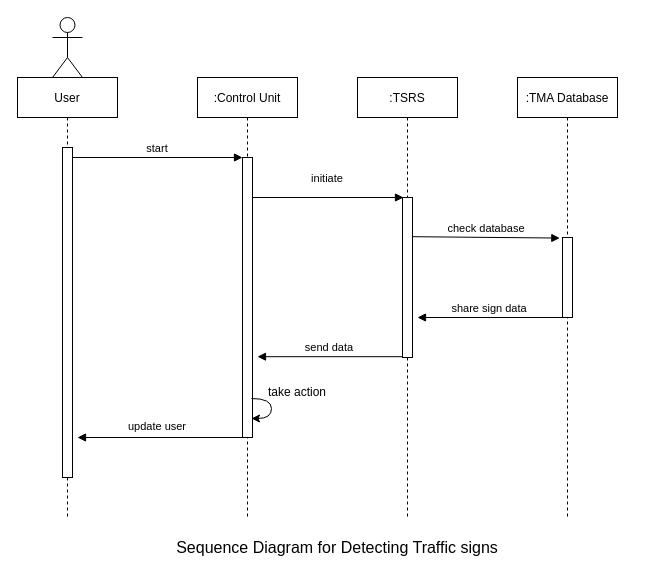
AdamsUthman/driverless_car_UML keeps this draw.io diagram as sequenceDiagram2.drawio. Above is the earlier version. Source tidied: cells renumbered, new cells numbered last; positions are measured from the earlier drawing's top-left corner, leaving out a move shared by most shapes. Both pictures are drawn from the tidied source at 100%, with x=0, y=0 at pixel (17, 17).
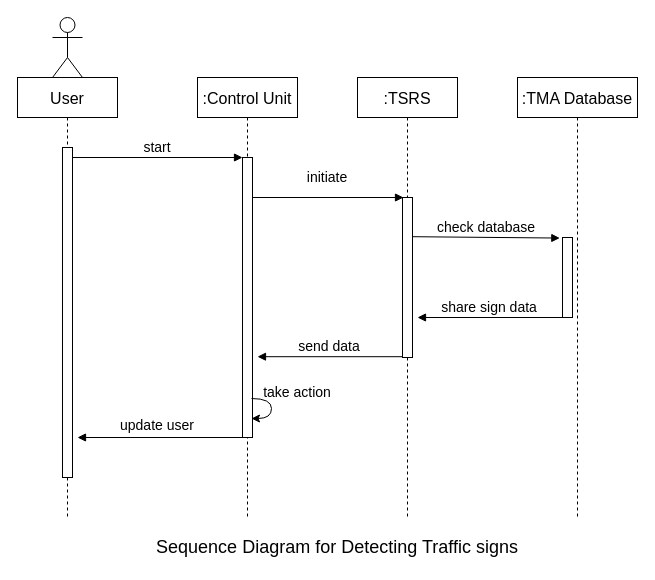
Above is the later version.

Diff of the diagram source:
```diff
@@
-    <mxCell id="2" value="User" style="shape=umlLifeline;perimeter=lifelinePerimeter;rounded=0;shadow=0;strokeWidth=1;" parent="1" vertex="1">
+    <mxCell id="2" value="User" style="shape=umlLifeline;perimeter=lifelinePerimeter;rounded=0;shadow=0;strokeWidth=1;fontSize=16;" parent="1" vertex="1">
       <mxGeometry y="60" width="100" height="440" as="geometry" />
     </mxCell>
-    <mxCell id="3" style="points=[];perimeter=orthogonalPerimeter;rounded=0;shadow=0;strokeWidth=1;" parent="2" vertex="1">
+    <mxCell id="3" style="points=[];perimeter=orthogonalPerimeter;rounded=0;shadow=0;strokeWidth=1;fontSize=14;" parent="2" vertex="1">
       <mxGeometry x="45" y="70" width="10" height="330" as="geometry" />
     </mxCell>
-    <mxCell id="4" value=":Control Unit" style="shape=umlLifeline;perimeter=lifelinePerimeter;rounded=0;shadow=0;strokeWidth=1;" parent="1" vertex="1">
+    <mxCell id="4" value=":Control Unit" style="shape=umlLifeline;perimeter=lifelinePerimeter;rounded=0;shadow=0;strokeWidth=1;fontSize=16;" parent="1" vertex="1">
       <mxGeometry x="180" y="60" width="100" height="440" as="geometry" />
     </mxCell>
-    <mxCell id="5" style="points=[];perimeter=orthogonalPerimeter;rounded=0;shadow=0;strokeWidth=1;" parent="4" vertex="1">
+    <mxCell id="5" style="points=[];perimeter=orthogonalPerimeter;rounded=0;shadow=0;strokeWidth=1;fontSize=14;" parent="4" vertex="1">
       <mxGeometry x="45" y="80" width="10" height="280" as="geometry" />
     </mxCell>
-    <mxCell id="6" value="initiate" style="verticalAlign=bottom;endArrow=block;entryX=0.1;entryY=0;shadow=0;strokeWidth=1;entryDx=0;entryDy=0;entryPerimeter=0;" parent="4" edge="1" target="11">
+    <mxCell id="6" value="initiate" style="verticalAlign=bottom;endArrow=block;entryX=0.1;entryY=0;shadow=0;strokeWidth=1;entryDx=0;entryDy=0;entryPerimeter=0;fontSize=14;" parent="4" edge="1" target="11">
       <mxGeometry x="-0.01" y="10" relative="1" as="geometry">
         <mxPoint x="55" y="120" as="sourcePoint" />
       </mxGeometry>
     </mxCell>
-    <mxCell id="7" value="update user" style="verticalAlign=bottom;endArrow=block;entryX=1;entryY=0;shadow=0;strokeWidth=1;" parent="4" edge="1">
+    <mxCell id="7" value="update user" style="verticalAlign=bottom;endArrow=block;entryX=1;entryY=0;shadow=0;strokeWidth=1;fontSize=14;" parent="4" edge="1">
       <mxGeometry x="0.03" y="-2" relative="1" as="geometry">
         <mxPoint x="45" y="360" as="sourcePoint" />
         <mxPoint x="-120" y="360" as="targetPoint" />
       </mxGeometry>
     </mxCell>
-    <mxCell id="8" value="start" style="verticalAlign=bottom;endArrow=block;entryX=0;entryY=0;shadow=0;strokeWidth=1;" parent="1" edge="1" source="3" target="5">
+    <mxCell id="8" value="start" style="verticalAlign=bottom;endArrow=block;entryX=0;entryY=0;shadow=0;strokeWidth=1;fontSize=14;" parent="1" edge="1" source="3" target="5">
       <mxGeometry relative="1" as="geometry" />
     </mxCell>
@@
-    <mxCell id="10" value=":TSRS" style="shape=umlLifeline;perimeter=lifelinePerimeter;rounded=0;shadow=0;strokeWidth=1;" parent="1" vertex="1">
+    <mxCell id="10" value=":TSRS" style="shape=umlLifeline;perimeter=lifelinePerimeter;rounded=0;shadow=0;strokeWidth=1;fontSize=16;" parent="1" vertex="1">
       <mxGeometry x="340" y="60" width="100" height="440" as="geometry" />
     </mxCell>
-    <mxCell id="11" style="points=[];perimeter=orthogonalPerimeter;rounded=0;shadow=0;strokeWidth=1;" parent="10" vertex="1">
+    <mxCell id="11" style="points=[];perimeter=orthogonalPerimeter;rounded=0;shadow=0;strokeWidth=1;fontSize=14;" parent="10" vertex="1">
       <mxGeometry x="45" y="120" width="10" height="160" as="geometry" />
     </mxCell>
-    <mxCell id="12" value="check database" style="verticalAlign=bottom;endArrow=block;entryX=-0.269;entryY=0.007;shadow=0;strokeWidth=1;entryDx=0;entryDy=0;entryPerimeter=0;" parent="10" edge="1" target="14">
+    <mxCell id="12" value="check database" style="verticalAlign=bottom;endArrow=block;entryX=-0.269;entryY=0.007;shadow=0;strokeWidth=1;entryDx=0;entryDy=0;entryPerimeter=0;fontSize=14;" parent="10" edge="1" target="14">
       <mxGeometry relative="1" as="geometry">
         <mxPoint x="55" y="159.2" as="sourcePoint" />
       </mxGeometry>
     </mxCell>
-    <mxCell id="13" value=":TMA Database" style="shape=umlLifeline;perimeter=lifelinePerimeter;rounded=0;shadow=0;strokeWidth=1;" parent="1" vertex="1">
-      <mxGeometry x="500" y="60" width="100" height="440" as="geometry" />
+    <mxCell id="13" value=":TMA Database" style="shape=umlLifeline;perimeter=lifelinePerimeter;rounded=0;shadow=0;strokeWidth=1;fontSize=16;" parent="1" vertex="1">
+      <mxGeometry x="500" y="60" width="120" height="440" as="geometry" />
     </mxCell>
-    <mxCell id="14" style="points=[];perimeter=orthogonalPerimeter;rounded=0;shadow=0;strokeWidth=1;" parent="13" vertex="1">
+    <mxCell id="14" style="points=[];perimeter=orthogonalPerimeter;rounded=0;shadow=0;strokeWidth=1;fontSize=14;" parent="13" vertex="1">
       <mxGeometry x="45" y="160" width="10" height="80" as="geometry" />
     </mxCell>
-    <mxCell id="15" value="share sign data" style="verticalAlign=bottom;endArrow=block;shadow=0;strokeWidth=1;" parent="13" edge="1">
+    <mxCell id="15" value="share sign data" style="verticalAlign=bottom;endArrow=block;shadow=0;strokeWidth=1;fontSize=14;" parent="13" edge="1">
       <mxGeometry relative="1" as="geometry">
         <mxPoint x="45" y="240" as="sourcePoint" />
         <mxPoint x="-100" y="240" as="targetPoint" />
       </mxGeometry>
     </mxCell>
-    <mxCell id="16" value="send data" style="verticalAlign=bottom;endArrow=block;shadow=0;strokeWidth=1;" parent="1" edge="1">
+    <mxCell id="16" value="send data" style="verticalAlign=bottom;endArrow=block;shadow=0;strokeWidth=1;fontSize=14;" parent="1" edge="1">
       <mxGeometry relative="1" as="geometry">
         <mxPoint x="385" y="339.2" as="sourcePoint" />
         <mxPoint x="240" y="339.2" as="targetPoint" />
       </mxGeometry>
     </mxCell>
-    <mxCell id="17" style="curved=1;endArrow=classic;html=1;rounded=0;" parent="1" edge="1">
+    <mxCell id="17" style="curved=1;endArrow=classic;html=1;rounded=0;fontSize=14;" parent="1" edge="1">
       <mxGeometry relative="1" as="geometry">
         <mxPoint x="234" y="381" as="sourcePoint" />
         <mxPoint x="234" y="401" as="targetPoint" />
         <Array as="points">
           <mxPoint x="254" y="381" />
           <mxPoint x="254" y="401" />
         </Array>
       </mxGeometry>
     </mxCell>
-    <mxCell id="18" value="take action" style="text;html=1;strokeColor=none;fillColor=none;align=center;verticalAlign=middle;whiteSpace=wrap;rounded=0;" parent="1" vertex="1">
+    <mxCell id="18" value="take action" style="text;html=1;strokeColor=none;fillColor=none;align=center;verticalAlign=middle;whiteSpace=wrap;rounded=0;fontSize=14;" parent="1" vertex="1">
       <mxGeometry x="240" y="360" width="80" height="30" as="geometry" />
     </mxCell>
-    <mxCell id="19" value="&lt;font style=&quot;font-size: 16px;&quot;&gt;Sequence Diagram for Detecting Traffic signs&lt;/font&gt;" style="text;html=1;strokeColor=none;fillColor=none;align=center;verticalAlign=middle;whiteSpace=wrap;rounded=0;" parent="1" vertex="1">
+    <mxCell id="19" value="&lt;font style=&quot;font-size: 18px;&quot;&gt;Sequence Diagram for Detecting Traffic signs&lt;/font&gt;" style="text;html=1;strokeColor=none;fillColor=none;align=center;verticalAlign=middle;whiteSpace=wrap;rounded=0;" parent="1" vertex="1">
       <mxGeometry x="120" y="515" width="400" height="30" as="geometry" />
     </mxCell>
```
